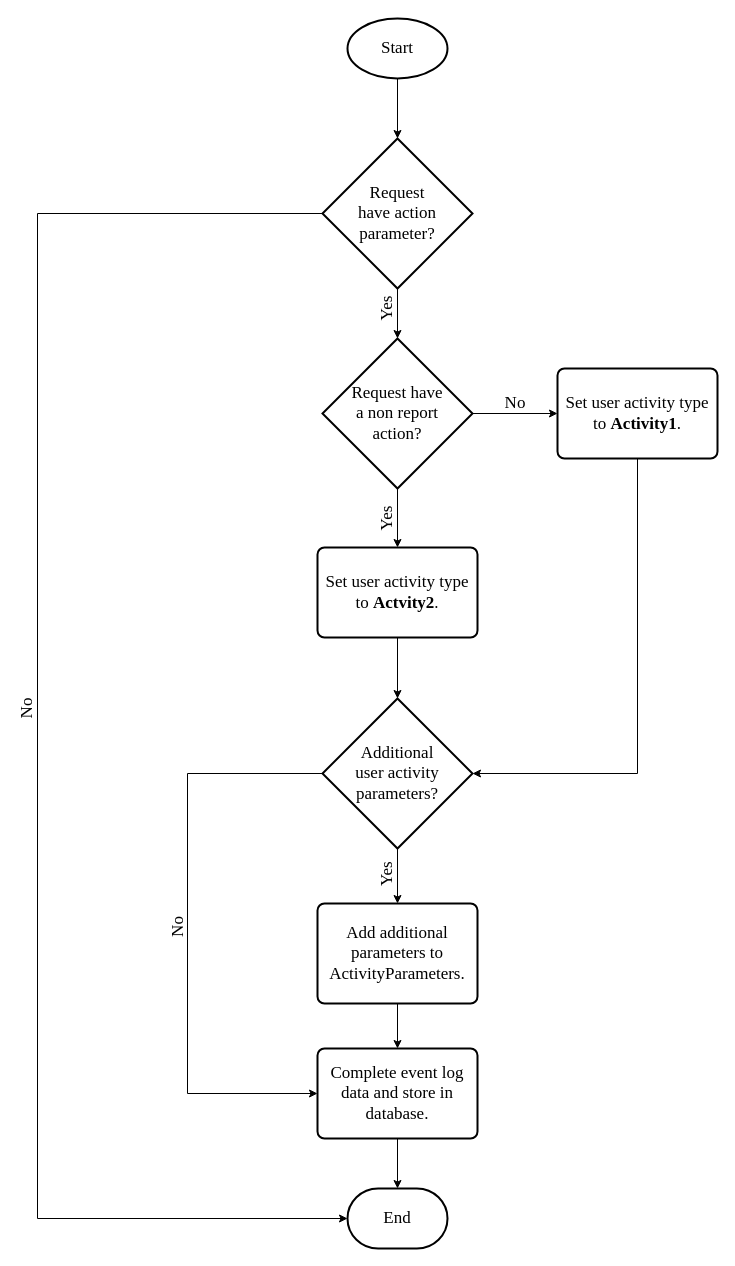
Before: img/Chapter2/DetailView_Flow/DetailView_Flow.drawio in CorrieScheepers/Masters, a draw.io diagram. Source tidied: cells renumbered, new cells numbered last; positions are measured from the earlier drawing's top-left corner, leaving out a move shared by most shapes. Both pictures are drawn from the tidied source at 100%, with x=0, y=0 at pixel (7, 18).
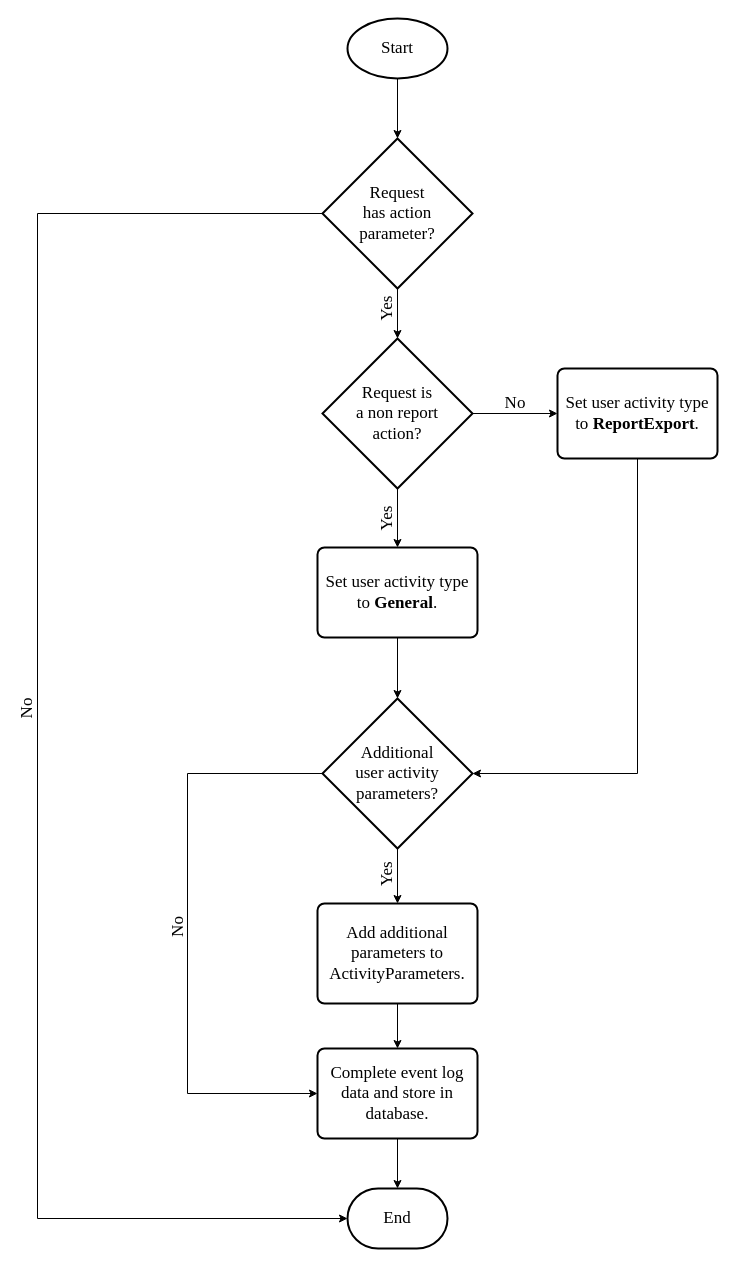
Above is the later version.

Diff of the diagram source:
```diff
@@
-    <mxCell id="6" value="Request have &lt;br&gt;a&amp;nbsp;non report &lt;br&gt;action?" style="strokeWidth=2;html=1;shape=mxgraph.flowchart.decision;whiteSpace=wrap;fontFamily=Times New Roman;fillColor=none;fontSize=17;" parent="1" vertex="1">
+    <mxCell id="6" value="Request is&lt;br&gt;a&amp;nbsp;non report &lt;br&gt;action?" style="strokeWidth=2;html=1;shape=mxgraph.flowchart.decision;whiteSpace=wrap;fontFamily=Times New Roman;fillColor=none;fontSize=17;" parent="1" vertex="1">
       <mxGeometry x="315" y="320" width="150" height="150" as="geometry" />
     </mxCell>
@@
-    <mxCell id="11" value="Request &lt;br&gt;have action parameter?" style="strokeWidth=2;html=1;shape=mxgraph.flowchart.decision;whiteSpace=wrap;fontFamily=Times New Roman;fillColor=none;fontSize=17;" parent="1" vertex="1">
+    <mxCell id="11" value="Request &lt;br&gt;has action parameter?" style="strokeWidth=2;html=1;shape=mxgraph.flowchart.decision;whiteSpace=wrap;fontFamily=Times New Roman;fillColor=none;fontSize=17;" parent="1" vertex="1">
       <mxGeometry x="315" y="120" width="150" height="150" as="geometry" />
     </mxCell>
@@
-    <mxCell id="17" value="Set user activity type to &lt;b style=&quot;font-size: 17px&quot;&gt;Actvity2&lt;/b&gt;." style="rounded=1;whiteSpace=wrap;html=1;absoluteArcSize=1;arcSize=14;strokeWidth=2;fontFamily=Times New Roman;fillColor=none;fontSize=17;" parent="1" vertex="1">
+    <mxCell id="17" value="Set user activity type to &lt;b&gt;General&lt;/b&gt;." style="rounded=1;whiteSpace=wrap;html=1;absoluteArcSize=1;arcSize=14;strokeWidth=2;fontFamily=Times New Roman;fillColor=none;fontSize=17;" parent="1" vertex="1">
       <mxGeometry x="310" y="529" width="160" height="90" as="geometry" />
     </mxCell>
@@
-    <mxCell id="22" value="Set user activity type to &lt;b style=&quot;font-size: 17px&quot;&gt;Activity1&lt;/b&gt;." style="rounded=1;whiteSpace=wrap;html=1;absoluteArcSize=1;arcSize=14;strokeWidth=2;fontFamily=Times New Roman;fillColor=none;fontSize=17;" parent="1" vertex="1">
+    <mxCell id="22" value="Set user activity type to &lt;b&gt;ReportExport&lt;/b&gt;." style="rounded=1;whiteSpace=wrap;html=1;absoluteArcSize=1;arcSize=14;strokeWidth=2;fontFamily=Times New Roman;fillColor=none;fontSize=17;" parent="1" vertex="1">
       <mxGeometry x="550" y="350" width="160" height="90" as="geometry" />
     </mxCell>
```
